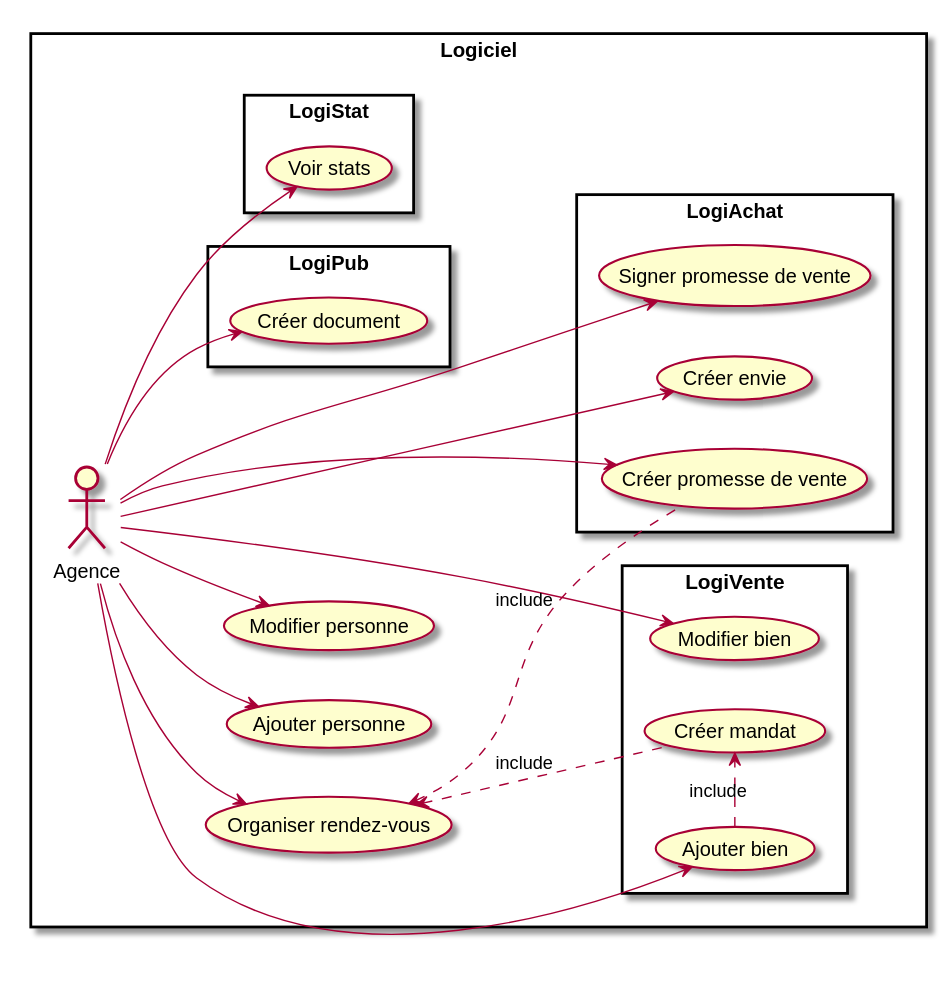
Before: DOC/UML/diagUseCase.svg, a diagram exported from PlantUML (DenisGuiraudet/MIASHS_UML_PTUT).
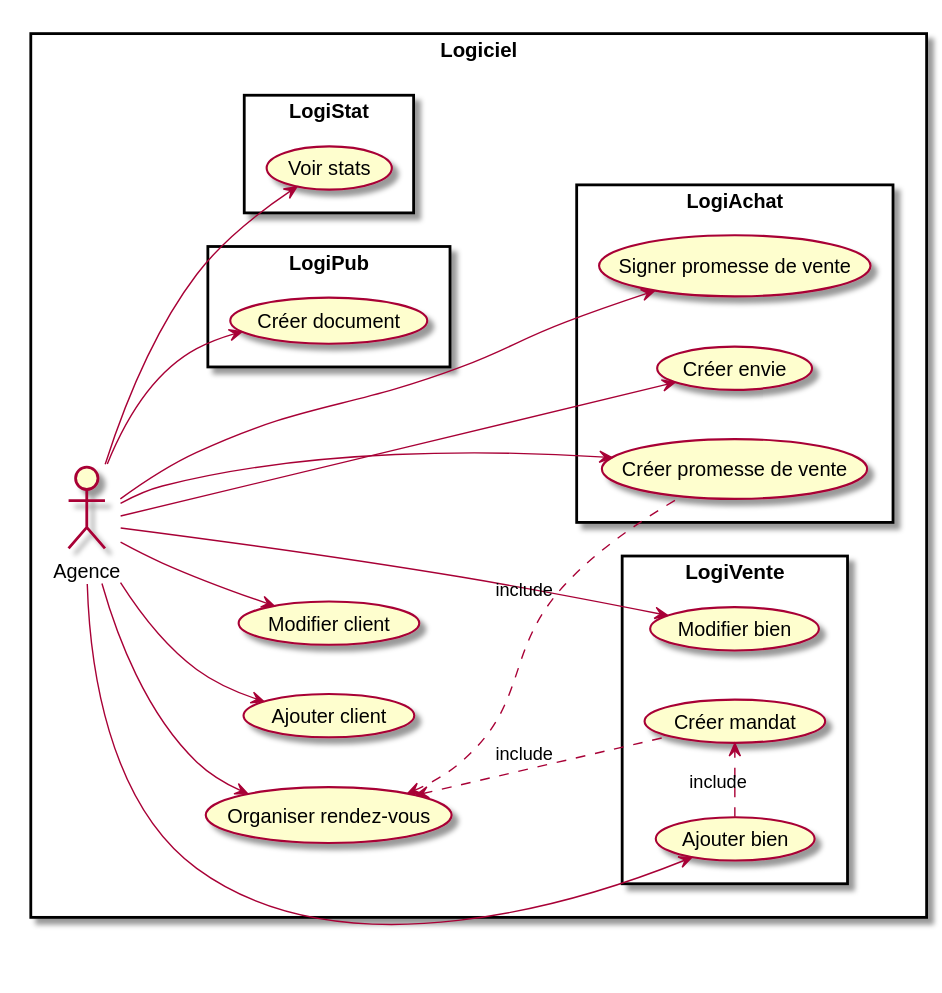
Later version of the same file.

Change to the diagram source:
```diff
@@ -6,8 +6,8 @@
 
   (Organiser rendez-vous)
 
-  Agence --> (Ajouter personne)
-  Agence --> (Modifier personne)
+  Agence --> (Ajouter client)
+  Agence --> (Modifier client)
   Agence --> (Organiser rendez-vous)
 
   rectangle "LogiVente"{
```
